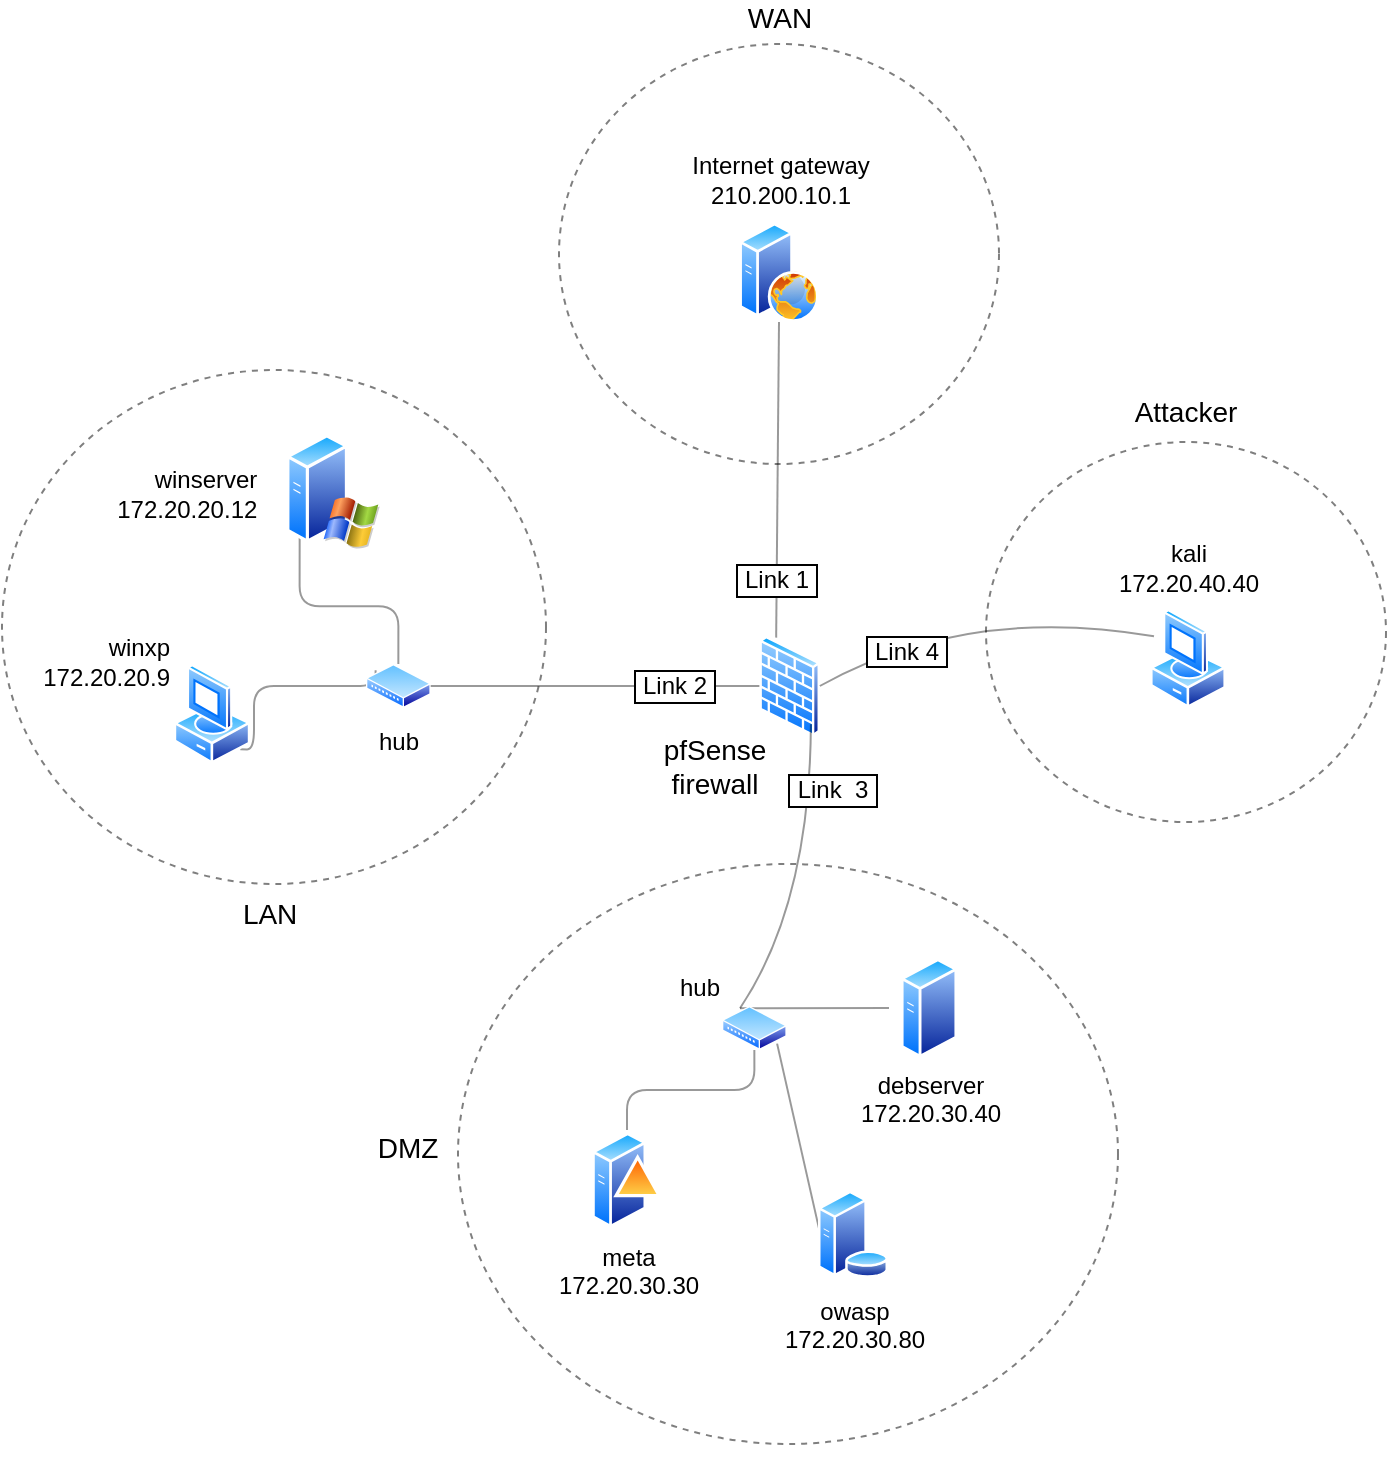
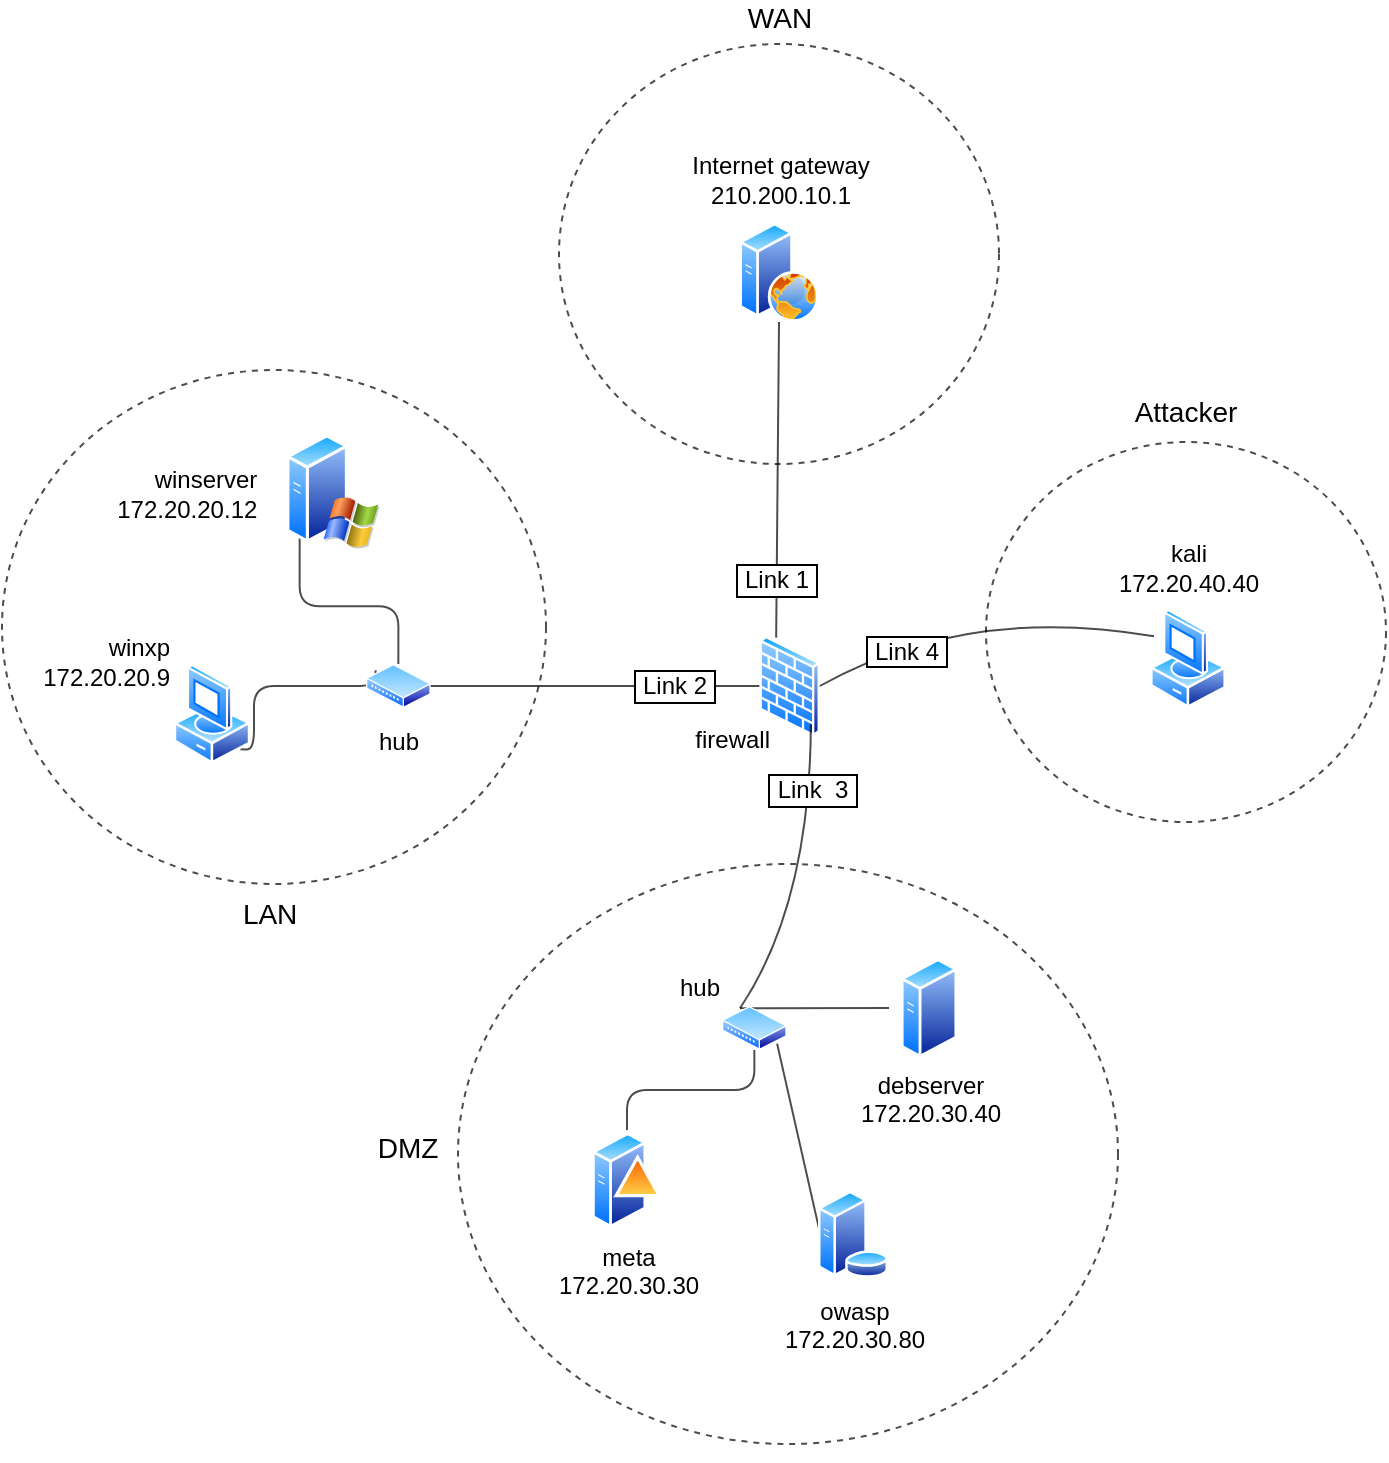
<mxfile host="app.diagrams.net">
  <diagram name="Seite-1" id="sI0nA2FEwm0xv5wlwKVV">
-     <mxGraphModel dx="1940" dy="763" grid="1" gridSize="10" guides="1" tooltips="1" connect="1" arrows="1" fold="1" page="1" pageScale="1" pageWidth="827" pageHeight="1169" math="0" shadow="0">
+     <mxGraphModel dx="1999" dy="751" grid="1" gridSize="10" guides="1" tooltips="1" connect="1" arrows="1" fold="1" page="1" pageScale="1" pageWidth="827" pageHeight="1169" math="0" shadow="0">
      <root>
        <mxCell id="0" />
        <mxCell id="1" parent="0" />
-         <mxCell id="a0UQNTms_buoy0jP--Xc-48" parent="1" style="ellipse;whiteSpace=wrap;html=1;fillColor=none;strokeWidth=1;labelPosition=center;verticalLabelPosition=top;align=center;verticalAlign=bottom;fontSize=14;fontStyle=0;dashed=1;strokeColor=light-dark(#000000,#FFF2CC);fontColor=light-dark(#000000,#FFF2CC);spacingTop=-1;spacingBottom=4;opacity=50;" value="Attacker" vertex="1">
+         <mxCell id="a0UQNTms_buoy0jP--Xc-48" parent="1" style="ellipse;whiteSpace=wrap;html=1;fillColor=none;strokeWidth=1;labelPosition=center;verticalLabelPosition=top;align=center;verticalAlign=bottom;fontSize=14;fontStyle=0;dashed=1;strokeColor=light-dark(#000000,#FFF2CC);fontColor=light-dark(#000000,#FFF2CC);spacingTop=-1;spacingBottom=4;opacity=70;" value="Attacker" vertex="1">
          <mxGeometry height="190" width="200" x="480" y="249" as="geometry" />
        </mxCell>
-         <mxCell id="eCaSIDYicL7Bv3XTQ8XW-33" parent="1" style="ellipse;whiteSpace=wrap;html=1;fillColor=none;strokeWidth=1;labelPosition=center;verticalLabelPosition=top;align=center;verticalAlign=bottom;fontSize=14;fontStyle=0;dashed=1;strokeColor=light-dark(#000000,#FFF2CC);fontColor=light-dark(#000000,#FFF2CC);opacity=50;spacingBottom=2;" value="WAN" vertex="1">
+         <mxCell id="eCaSIDYicL7Bv3XTQ8XW-33" parent="1" style="ellipse;whiteSpace=wrap;html=1;fillColor=none;strokeWidth=1;labelPosition=center;verticalLabelPosition=top;align=center;verticalAlign=bottom;fontSize=14;fontStyle=0;dashed=1;strokeColor=light-dark(#000000,#FFF2CC);fontColor=light-dark(#000000,#FFF2CC);opacity=70;spacingBottom=2;" value="WAN" vertex="1">
          <mxGeometry height="210" width="220" x="266.5" y="50" as="geometry" />
        </mxCell>
-         <mxCell id="eCaSIDYicL7Bv3XTQ8XW-30" parent="1" style="ellipse;whiteSpace=wrap;html=1;fillColor=none;strokeWidth=1;labelPosition=left;verticalLabelPosition=middle;align=right;verticalAlign=middle;fontSize=14;fontStyle=0;dashed=1;strokeColor=light-dark(#000000,#FFF2CC);fontColor=light-dark(#000000,#FFF2CC);labelBorderColor=none;spacingTop=0;spacingBottom=7;spacing=2;opacity=50;" value="DMZ&amp;nbsp;&amp;nbsp;" vertex="1">
+         <mxCell id="eCaSIDYicL7Bv3XTQ8XW-30" parent="1" style="ellipse;whiteSpace=wrap;html=1;fillColor=none;strokeWidth=1;labelPosition=left;verticalLabelPosition=middle;align=right;verticalAlign=middle;fontSize=14;fontStyle=0;dashed=1;strokeColor=light-dark(#000000,#FFF2CC);fontColor=light-dark(#000000,#FFF2CC);labelBorderColor=none;spacingTop=0;spacingBottom=7;spacing=2;opacity=70;" value="DMZ&amp;nbsp;&amp;nbsp;" vertex="1">
          <mxGeometry height="290" width="330" x="216" y="460" as="geometry" />
        </mxCell>
-         <mxCell id="eCaSIDYicL7Bv3XTQ8XW-29" parent="1" style="ellipse;whiteSpace=wrap;html=1;fillColor=none;strokeWidth=1;labelPosition=center;verticalLabelPosition=bottom;align=center;verticalAlign=top;fontSize=14;fontStyle=0;dashed=1;strokeColor=light-dark(#000000,#FFF2CC);fontColor=light-dark(#000000,#FFF2CC);opacity=50;" value="LAN&amp;nbsp;" vertex="1">
+         <mxCell id="eCaSIDYicL7Bv3XTQ8XW-29" parent="1" style="ellipse;whiteSpace=wrap;html=1;fillColor=none;strokeWidth=1;labelPosition=center;verticalLabelPosition=bottom;align=center;verticalAlign=top;fontSize=14;fontStyle=0;dashed=1;strokeColor=light-dark(#000000,#FFF2CC);fontColor=light-dark(#000000,#FFF2CC);opacity=70;" value="LAN&amp;nbsp;" vertex="1">
          <mxGeometry height="257" width="272" x="-12" y="213" as="geometry" />
        </mxCell>
        <mxCell id="eCaSIDYicL7Bv3XTQ8XW-1" parent="1" style="aspect=fixed;html=1;align=center;shadow=0;dashed=0;spacingTop=0;image=img/lib/active_directory/web_server.svg;labelPosition=center;verticalLabelPosition=top;verticalAlign=bottom;labelBackgroundColor=none;fontColor=light-dark(#000000,#FFFFFF);fontSize=12;shape=image;perimeter=ellipsePerimeter;spacingBottom=4;" value="Internet gateway&lt;div&gt;210.200.10.1&lt;br&gt;&lt;/div&gt;" vertex="1">
          <mxGeometry height="49.77" width="79" x="337" y="139.23000000000002" as="geometry" />
        </mxCell>
-         <mxCell id="a0UQNTms_buoy0jP--Xc-31" edge="1" parent="1" source="eCaSIDYicL7Bv3XTQ8XW-10" style="rounded=0;orthogonalLoop=1;jettySize=auto;html=1;exitX=0.25;exitY=0;exitDx=0;exitDy=0;endArrow=none;endFill=0;curved=1;opacity=40;fontSize=12;labelBorderColor=light-dark(#000000,#FFB366);spacingLeft=-1;sourcePerimeterSpacing=0;startSize=6;spacingTop=100;entryX=0.5;entryY=1;entryDx=0;entryDy=0;" target="eCaSIDYicL7Bv3XTQ8XW-1" value="&lt;span&gt;&amp;nbsp;Link 1&amp;nbsp;&lt;/span&gt;">
+         <mxCell id="a0UQNTms_buoy0jP--Xc-31" edge="1" parent="1" source="eCaSIDYicL7Bv3XTQ8XW-10" style="rounded=0;orthogonalLoop=1;jettySize=auto;html=1;exitX=0.25;exitY=0;exitDx=0;exitDy=0;endArrow=none;endFill=0;curved=1;opacity=70;fontSize=12;labelBorderColor=light-dark(#000000,#FFB366);spacingLeft=-1;sourcePerimeterSpacing=0;startSize=6;spacingTop=100;entryX=0.5;entryY=1;entryDx=0;entryDy=0;" target="eCaSIDYicL7Bv3XTQ8XW-1" value="&lt;span&gt;&amp;nbsp;Link 1&amp;nbsp;&lt;/span&gt;">
          <mxGeometry relative="1" x="0.0031" as="geometry">
            <mxPoint as="offset" />
            <Array as="points" />
            <mxPoint x="400" y="150" as="targetPoint" />
          </mxGeometry>
        </mxCell>
-         <mxCell id="eCaSIDYicL7Bv3XTQ8XW-10" parent="1" style="aspect=fixed;html=1;align=center;shadow=0;dashed=0;spacingTop=-6;image=img/lib/active_directory/firewall.svg;fontSize=14;labelPosition=left;verticalLabelPosition=bottom;verticalAlign=top;spacingLeft=0;spacingRight=15;spacingBottom=0;spacing=-2;labelBackgroundColor=default;shape=image;perimeter=ellipsePerimeter;" value="pfSense&lt;br&gt;firewall" vertex="1">
+         <mxCell id="eCaSIDYicL7Bv3XTQ8XW-10" parent="1" style="aspect=fixed;html=1;align=right;shadow=0;dashed=0;spacingTop=-12;image=img/lib/active_directory/firewall.svg;fontSize=12;labelPosition=left;verticalLabelPosition=bottom;verticalAlign=top;spacingLeft=0;spacingRight=-4;spacingBottom=0;spacing=0;labelBackgroundColor=default;shape=image;perimeter=ellipsePerimeter;" value="firewall" vertex="1">
          <mxGeometry height="54" width="30.24" x="366.68" y="344" as="geometry" />
        </mxCell>
-         <mxCell id="a0UQNTms_buoy0jP--Xc-1" edge="1" parent="1" source="eCaSIDYicL7Bv3XTQ8XW-17" style="edgeStyle=orthogonalEdgeStyle;rounded=0;orthogonalLoop=1;jettySize=auto;html=1;exitX=0;exitY=0.5;exitDx=0;exitDy=0;entryX=0.25;entryY=0;entryDx=0;entryDy=0;endArrow=none;endFill=0;curved=1;opacity=40;" target="eCaSIDYicL7Bv3XTQ8XW-35">
+         <mxCell id="a0UQNTms_buoy0jP--Xc-1" edge="1" parent="1" source="eCaSIDYicL7Bv3XTQ8XW-17" style="edgeStyle=orthogonalEdgeStyle;rounded=0;orthogonalLoop=1;jettySize=auto;html=1;exitX=0;exitY=0.5;exitDx=0;exitDy=0;entryX=0.25;entryY=0;entryDx=0;entryDy=0;endArrow=none;endFill=0;curved=1;opacity=70;" target="eCaSIDYicL7Bv3XTQ8XW-35">
          <mxGeometry relative="1" as="geometry" />
        </mxCell>
        <mxCell id="eCaSIDYicL7Bv3XTQ8XW-17" parent="1" style="aspect=fixed;html=1;align=center;shadow=0;dashed=0;spacingTop=0;image=img/lib/active_directory/generic_server.svg;shape=image;labelBackgroundColor=none;verticalAlign=top;verticalLabelPosition=bottom;perimeter=ellipsePerimeter;" value="debserver&lt;div&gt;172.20.30.40&lt;/div&gt;" vertex="1">
          <mxGeometry height="50" width="40" x="431.5" y="507" as="geometry" />
        </mxCell>
-         <mxCell id="a0UQNTms_buoy0jP--Xc-3" edge="1" parent="1" source="eCaSIDYicL7Bv3XTQ8XW-18" style="rounded=0;orthogonalLoop=1;jettySize=auto;html=1;exitX=0;exitY=1;exitDx=0;exitDy=0;entryX=1;entryY=1;entryDx=0;entryDy=0;endArrow=none;endFill=0;opacity=40;" target="eCaSIDYicL7Bv3XTQ8XW-35">
+         <mxCell id="a0UQNTms_buoy0jP--Xc-3" edge="1" parent="1" source="eCaSIDYicL7Bv3XTQ8XW-18" style="rounded=0;orthogonalLoop=1;jettySize=auto;html=1;exitX=0;exitY=1;exitDx=0;exitDy=0;entryX=1;entryY=1;entryDx=0;entryDy=0;endArrow=none;endFill=0;opacity=70;" target="eCaSIDYicL7Bv3XTQ8XW-35">
          <mxGeometry relative="1" as="geometry" />
        </mxCell>
        <mxCell id="eCaSIDYicL7Bv3XTQ8XW-18" parent="1" style="aspect=fixed;html=1;align=center;shadow=0;dashed=0;spacingTop=0;image=img/lib/active_directory/database_server.svg;shape=image;labelBackgroundColor=none;verticalAlign=top;verticalLabelPosition=bottom;perimeter=ellipsePerimeter;" value="owasp&lt;div&gt;172.20.30.80&lt;/div&gt;" vertex="1">
          <mxGeometry height="50" width="35" x="396" y="619.9999999999999" as="geometry" />
        </mxCell>
-         <mxCell id="a0UQNTms_buoy0jP--Xc-2" edge="1" parent="1" source="eCaSIDYicL7Bv3XTQ8XW-19" style="edgeStyle=orthogonalEdgeStyle;rounded=1;orthogonalLoop=1;jettySize=auto;html=1;exitX=0.5;exitY=0;exitDx=0;exitDy=0;entryX=0.5;entryY=1;entryDx=0;entryDy=0;endArrow=none;endFill=0;curved=0;opacity=40;" target="eCaSIDYicL7Bv3XTQ8XW-35">
+         <mxCell id="a0UQNTms_buoy0jP--Xc-2" edge="1" parent="1" source="eCaSIDYicL7Bv3XTQ8XW-19" style="edgeStyle=orthogonalEdgeStyle;rounded=1;orthogonalLoop=1;jettySize=auto;html=1;exitX=0.5;exitY=0;exitDx=0;exitDy=0;entryX=0.5;entryY=1;entryDx=0;entryDy=0;endArrow=none;endFill=0;curved=0;opacity=70;" target="eCaSIDYicL7Bv3XTQ8XW-35">
          <mxGeometry relative="1" as="geometry" />
        </mxCell>
        <mxCell id="eCaSIDYicL7Bv3XTQ8XW-19" parent="1" style="aspect=fixed;html=1;align=center;shadow=0;dashed=0;spacingTop=0;image=img/lib/active_directory/domain_controller.svg;shape=image;labelBackgroundColor=none;verticalAlign=top;verticalLabelPosition=bottom;perimeter=ellipsePerimeter;" value="meta&lt;div&gt;172.20.30.30&lt;/div&gt;" vertex="1">
          <mxGeometry height="50" width="35" x="283" y="592.9999999999999" as="geometry" />
        </mxCell>
-         <mxCell id="eCaSIDYicL7Bv3XTQ8XW-39" edge="1" parent="1" source="eCaSIDYicL7Bv3XTQ8XW-20" style="edgeStyle=orthogonalEdgeStyle;rounded=1;orthogonalLoop=1;jettySize=auto;html=1;exitX=1;exitY=1;exitDx=0;exitDy=0;entryX=0;entryY=0;entryDx=0;entryDy=0;curved=0;endArrow=none;endFill=0;opacity=40;" target="eCaSIDYicL7Bv3XTQ8XW-36">
+         <mxCell id="eCaSIDYicL7Bv3XTQ8XW-39" edge="1" parent="1" source="eCaSIDYicL7Bv3XTQ8XW-20" style="edgeStyle=orthogonalEdgeStyle;rounded=1;orthogonalLoop=1;jettySize=auto;html=1;exitX=1;exitY=1;exitDx=0;exitDy=0;entryX=0;entryY=0;entryDx=0;entryDy=0;curved=0;endArrow=none;endFill=0;opacity=70;" target="eCaSIDYicL7Bv3XTQ8XW-36">
          <mxGeometry relative="1" as="geometry">
            <Array as="points">
              <mxPoint x="114" y="371" />
              <mxPoint x="175" y="371" />
            </Array>
          </mxGeometry>
        </mxCell>
        <mxCell id="eCaSIDYicL7Bv3XTQ8XW-20" parent="1" style="aspect=fixed;html=1;align=right;shadow=0;dashed=0;spacingTop=0;image=img/lib/active_directory/vista_client.svg;shape=image;labelBackgroundColor=none;verticalAlign=bottom;verticalLabelPosition=top;perimeter=ellipsePerimeter;labelPosition=left;spacingBottom=-16;" value="winxp&lt;div&gt;172.20.20.9&lt;/div&gt;" vertex="1">
          <mxGeometry height="50" width="40" x="73" y="360" as="geometry" />
        </mxCell>
-         <mxCell id="eCaSIDYicL7Bv3XTQ8XW-40" edge="1" parent="1" source="eCaSIDYicL7Bv3XTQ8XW-21" style="edgeStyle=orthogonalEdgeStyle;rounded=1;orthogonalLoop=1;jettySize=auto;html=1;exitX=0;exitY=1;exitDx=0;exitDy=0;entryX=0.5;entryY=0;entryDx=0;entryDy=0;endArrow=none;endFill=0;curved=0;opacity=40;" target="eCaSIDYicL7Bv3XTQ8XW-36">
+         <mxCell id="eCaSIDYicL7Bv3XTQ8XW-40" edge="1" parent="1" source="eCaSIDYicL7Bv3XTQ8XW-21" style="edgeStyle=orthogonalEdgeStyle;rounded=1;orthogonalLoop=1;jettySize=auto;html=1;exitX=0;exitY=1;exitDx=0;exitDy=0;entryX=0.5;entryY=0;entryDx=0;entryDy=0;endArrow=none;endFill=0;curved=0;opacity=70;" target="eCaSIDYicL7Bv3XTQ8XW-36">
          <mxGeometry relative="1" as="geometry" />
        </mxCell>
        <mxCell id="eCaSIDYicL7Bv3XTQ8XW-21" parent="1" style="aspect=fixed;html=1;align=right;shadow=0;dashed=0;spacingTop=3;image=img/lib/active_directory/windows_server_2.svg;shape=image;labelBackgroundColor=none;verticalAlign=middle;verticalLabelPosition=middle;perimeter=ellipsePerimeter;labelPosition=left;" value="winserver&amp;nbsp; &amp;nbsp;&amp;nbsp;&lt;div&gt;172.20.20.12&amp;nbsp; &amp;nbsp;&amp;nbsp;&lt;/div&gt;" vertex="1">
          <mxGeometry height="57.32" width="47" x="130" y="245" as="geometry" />
        </mxCell>
-         <mxCell id="a0UQNTms_buoy0jP--Xc-6" edge="1" parent="1" source="eCaSIDYicL7Bv3XTQ8XW-26" style="rounded=0;orthogonalLoop=1;jettySize=auto;html=1;entryX=1;entryY=0.5;entryDx=0;entryDy=0;endArrow=none;endFill=0;opacity=40;exitX=0;exitY=0.25;exitDx=0;exitDy=0;fontSize=12;labelPosition=center;verticalLabelPosition=top;align=center;verticalAlign=bottom;labelBorderColor=light-dark(#000000,#FFB366);textShadow=0;sourcePerimeterSpacing=0;spacingTop=0;spacingLeft=-72;spacingBottom=-33;labelBackgroundColor=default;curved=1;" value="&amp;nbsp;Link 4&amp;nbsp;">
+         <mxCell id="a0UQNTms_buoy0jP--Xc-6" edge="1" parent="1" source="eCaSIDYicL7Bv3XTQ8XW-26" style="rounded=0;orthogonalLoop=1;jettySize=auto;html=1;entryX=1;entryY=0.5;entryDx=0;entryDy=0;endArrow=none;endFill=0;opacity=70;exitX=0;exitY=0.25;exitDx=0;exitDy=0;fontSize=12;labelPosition=center;verticalLabelPosition=top;align=center;verticalAlign=bottom;labelBorderColor=light-dark(#000000,#FFB366);textShadow=0;sourcePerimeterSpacing=0;spacingTop=0;spacingLeft=-72;spacingBottom=-33;labelBackgroundColor=default;curved=1;" value="&amp;nbsp;Link 4&amp;nbsp;">
          <mxGeometry relative="1" as="geometry">
            <Array as="points">
              <mxPoint x="470" y="330" />
            </Array>
            <mxPoint x="581.8663594500567" y="360.91344597206444" as="sourcePoint" />
            <mxPoint x="396.919999999981" y="371" as="targetPoint" />
          </mxGeometry>
        </mxCell>
        <mxCell id="eCaSIDYicL7Bv3XTQ8XW-26" parent="1" style="image;aspect=fixed;perimeter=ellipsePerimeter;html=1;align=center;shadow=0;dashed=0;spacingTop=0;image=img/lib/active_directory/vista_client.svg;labelPosition=center;verticalLabelPosition=top;verticalAlign=bottom;labelBackgroundColor=none;spacingBottom=3;" value="kali&lt;div&gt;172.20.40.40&lt;br&gt;&lt;/div&gt;" vertex="1">
          <mxGeometry height="50" width="38" x="562" y="332.32" as="geometry" />
        </mxCell>
-         <mxCell id="a0UQNTms_buoy0jP--Xc-4" edge="1" parent="1" source="eCaSIDYicL7Bv3XTQ8XW-35" style="rounded=0;orthogonalLoop=1;jettySize=auto;html=1;exitX=0.25;exitY=0;exitDx=0;exitDy=0;endArrow=none;endFill=0;opacity=40;entryX=1;entryY=1;entryDx=0;entryDy=0;fontSize=12;labelBorderColor=light-dark(#000000,#FFB366);spacingLeft=21;spacingBottom=87;curved=1;" target="eCaSIDYicL7Bv3XTQ8XW-10" value="&amp;nbsp;Link&amp;nbsp; 3&amp;nbsp;">
+         <mxCell id="a0UQNTms_buoy0jP--Xc-4" edge="1" parent="1" source="eCaSIDYicL7Bv3XTQ8XW-35" style="rounded=0;orthogonalLoop=1;jettySize=auto;html=1;exitX=0.25;exitY=0;exitDx=0;exitDy=0;endArrow=none;endFill=0;opacity=70;entryX=1;entryY=1;entryDx=0;entryDy=0;fontSize=12;labelBorderColor=light-dark(#000000,#FFB366);spacingLeft=2;spacingBottom=86;curved=1;" target="eCaSIDYicL7Bv3XTQ8XW-10" value="&amp;nbsp;Link&amp;nbsp; 3&amp;nbsp;">
          <mxGeometry relative="1" x="0.0035" as="geometry">
            <mxPoint as="offset" />
            <Array as="points">
              <mxPoint x="392" y="480" />
            </Array>
            <mxPoint x="370.0000000000001" y="429.9999999999999" as="targetPoint" />
          </mxGeometry>
        </mxCell>
        <mxCell id="eCaSIDYicL7Bv3XTQ8XW-35" parent="1" style="image;aspect=fixed;perimeter=ellipsePerimeter;html=1;align=right;shadow=0;dashed=0;spacingTop=3;image=img/lib/active_directory/wiring_hub.svg;labelPosition=left;verticalLabelPosition=top;verticalAlign=bottom;" value="hub" vertex="1">
          <mxGeometry height="22" width="32.35" x="348" y="530.9999999999999" as="geometry" />
        </mxCell>
        <mxCell id="eCaSIDYicL7Bv3XTQ8XW-36" parent="1" style="image;aspect=fixed;perimeter=ellipsePerimeter;html=1;align=center;shadow=0;dashed=0;spacingTop=3;image=img/lib/active_directory/wiring_hub.svg;" value="hub" vertex="1">
          <mxGeometry height="22" width="32.35" x="170" y="360" as="geometry" />
        </mxCell>
-         <mxCell id="a0UQNTms_buoy0jP--Xc-5" edge="1" parent="1" source="eCaSIDYicL7Bv3XTQ8XW-36" style="edgeStyle=orthogonalEdgeStyle;rounded=0;orthogonalLoop=1;jettySize=auto;html=1;exitX=1;exitY=0.5;exitDx=0;exitDy=0;endArrow=none;endFill=0;entryX=0;entryY=0.5;entryDx=0;entryDy=0;opacity=40;fontSize=12;labelBorderColor=light-dark(#000000,#FFB366);spacingLeft=79;" target="eCaSIDYicL7Bv3XTQ8XW-10" value="&amp;nbsp;Link 2&amp;nbsp;">
+         <mxCell id="a0UQNTms_buoy0jP--Xc-5" edge="1" parent="1" source="eCaSIDYicL7Bv3XTQ8XW-36" style="edgeStyle=orthogonalEdgeStyle;rounded=0;orthogonalLoop=1;jettySize=auto;html=1;exitX=1;exitY=0.5;exitDx=0;exitDy=0;endArrow=none;endFill=0;entryX=0;entryY=0.5;entryDx=0;entryDy=0;opacity=70;fontSize=12;labelBorderColor=light-dark(#000000,#FFB366);spacingLeft=79;" target="eCaSIDYicL7Bv3XTQ8XW-10" value="&amp;nbsp;Link 2&amp;nbsp;">
          <mxGeometry relative="1" as="geometry">
            <mxPoint x="380" y="370" as="targetPoint" />
          </mxGeometry>
        </mxCell>
        <mxCell id="a0UQNTms_buoy0jP--Xc-8" edge="1" parent="1" source="eCaSIDYicL7Bv3XTQ8XW-33" style="edgeStyle=orthogonalEdgeStyle;rounded=0;orthogonalLoop=1;jettySize=auto;html=1;exitX=0.5;exitY=1;exitDx=0;exitDy=0;" target="eCaSIDYicL7Bv3XTQ8XW-33">
          <mxGeometry relative="1" as="geometry" />
        </mxCell>
        <mxCell id="a0UQNTms_buoy0jP--Xc-49" edge="1" parent="1" source="eCaSIDYicL7Bv3XTQ8XW-30" style="edgeStyle=orthogonalEdgeStyle;rounded=0;orthogonalLoop=1;jettySize=auto;html=1;exitX=0.5;exitY=1;exitDx=0;exitDy=0;" target="eCaSIDYicL7Bv3XTQ8XW-30">
          <mxGeometry relative="1" as="geometry" />
        </mxCell>
      </root>
    </mxGraphModel>
  </diagram>
</mxfile>
